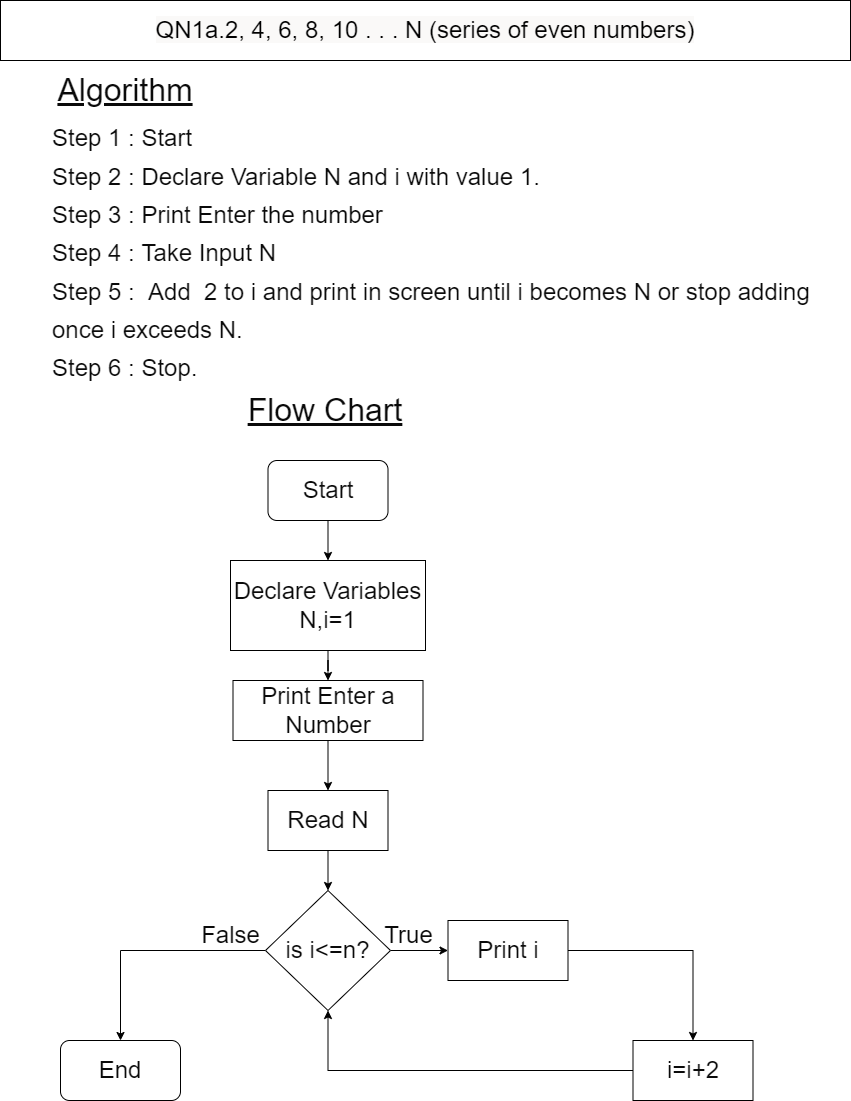
Earlier version of the draw.io export Assignment_2/1, 3, 5, 7, 9 . . . N (series of odd numbers).png (sushantbramhacharya/CProgramming_LEC). Source tidied: cells renumbered, new cells last; positions are measured from the earlier drawing's top-left corner, leaving out a move shared by most shapes.
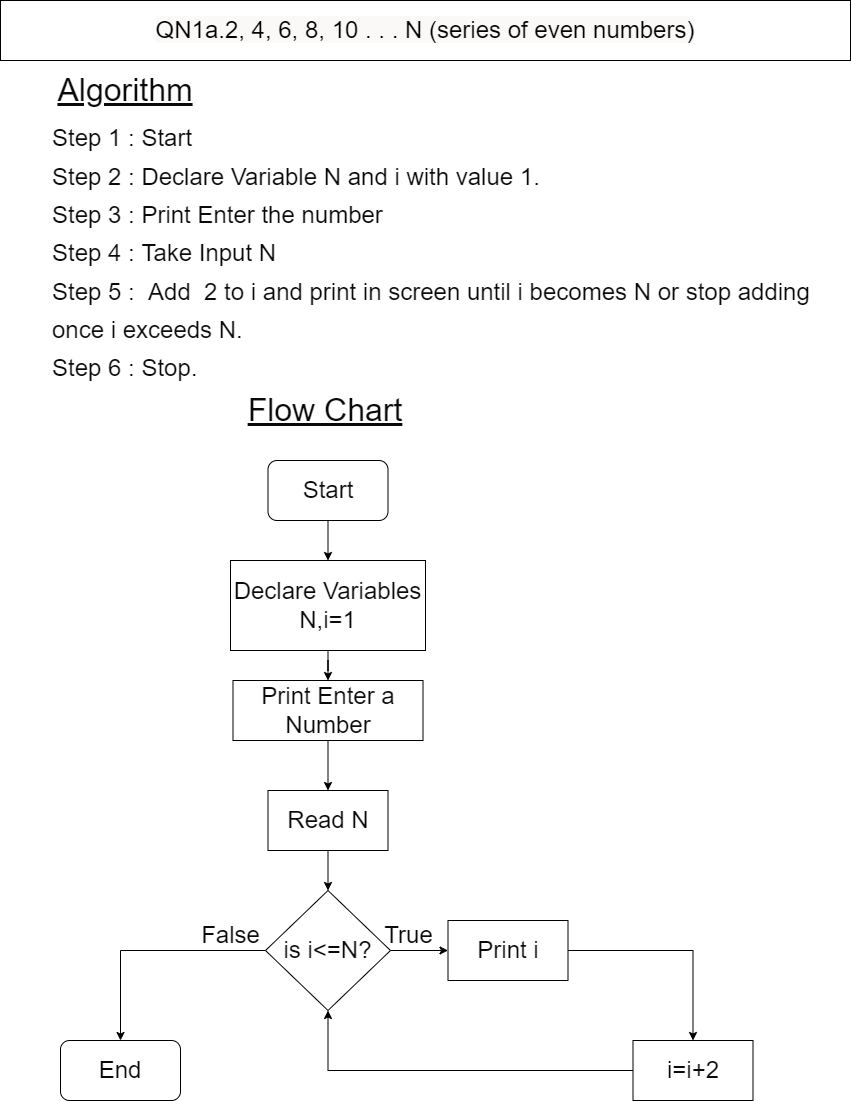
After the commit.

Commit message:
Modification and Fixes to pervious flow chart and temp files

Diff of the diagram source:
```diff
@@ -49,7 +49,7 @@
         </Array>
       </mxGeometry>
     </mxCell>
-    <mxCell id="16" value="is i&amp;lt;=n?" style="rhombus;whiteSpace=wrap;html=1;fontSize=24;fontColor=#0A0A0A;rounded=0;" parent="1" vertex="1">
+    <mxCell id="16" value="is i&amp;lt;=N?" style="rhombus;whiteSpace=wrap;html=1;fontSize=24;fontColor=#0A0A0A;rounded=0;" parent="1" vertex="1">
       <mxGeometry x="265" y="890" width="125" height="120" as="geometry" />
     </mxCell>
     <mxCell id="17" style="edgeStyle=orthogonalEdgeStyle;rounded=0;jettySize=auto;html=1;fontSize=24;fontColor=#0A0A0A;" parent="1" edge="1" source="18" target="20">
```
